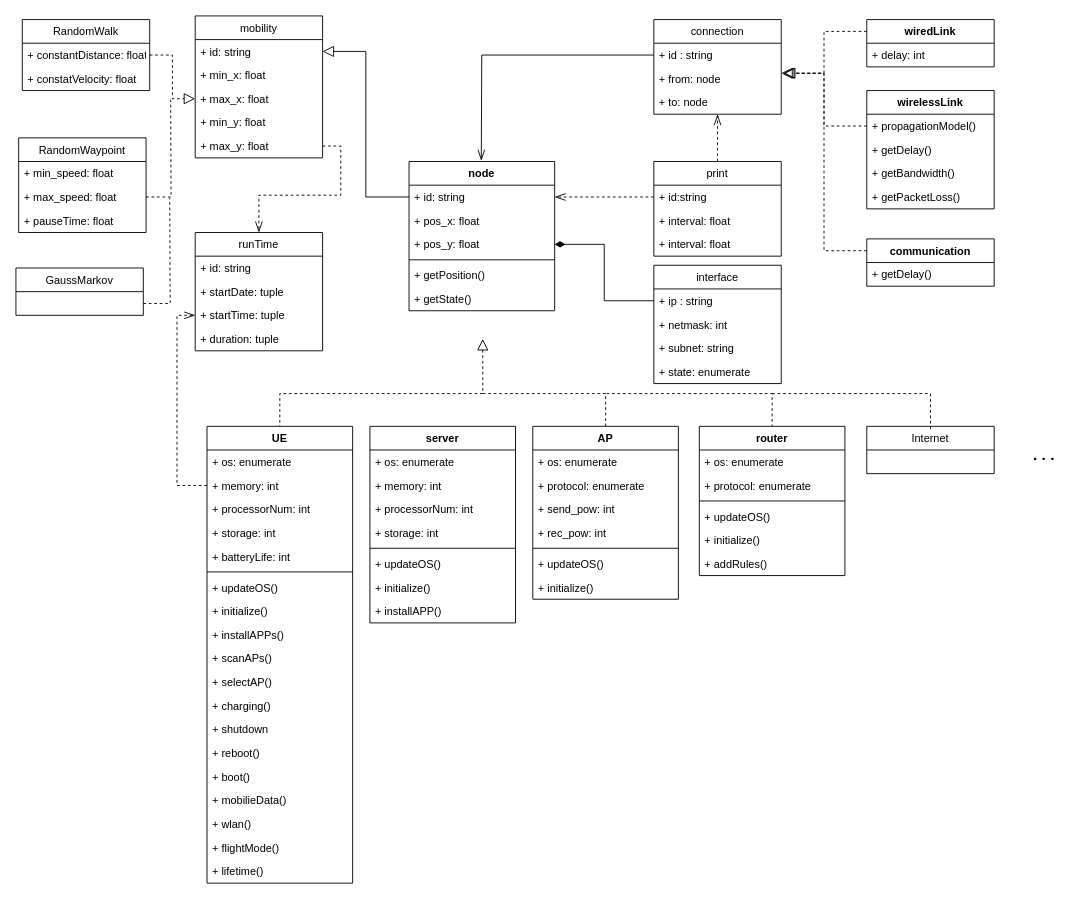
Above: page "描述语言类图" (1 of 2) of 描述语言UML类图.drawio in Icarus1994/neutron_conf (draw.io), before the change. Source tidied: cells renumbered, new cells numbered last; positions are measured from the earlier drawing's top-left corner, leaving out a move shared by most shapes. Both pictures are drawn from the tidied source at 91%, with x=0, y=0 at pixel (15, 15).
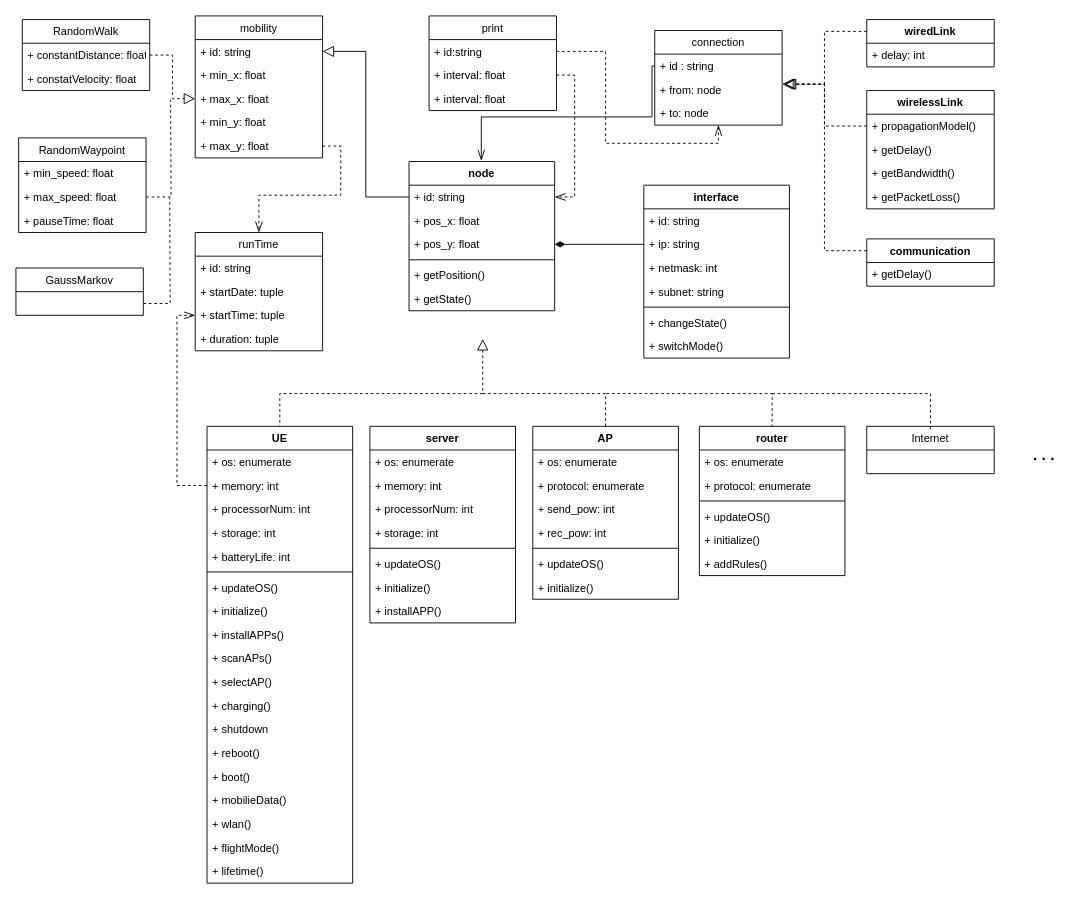
After the change.

Commit message:
Update 描述语言UML类图.drawio

The change refers to these unchanged cells:
```xml
<mxCell id="9" value="+ id: string" style="text;strokeColor=none;fillColor=none;align=left;verticalAlign=top;spacingLeft=4;spacingRight=4;overflow=hidden;points=[[0,0.5],[1,0.5]];portConstraint=eastwest;" parent="8" vertex="1">
  <mxGeometry y="26" width="160" height="26" as="geometry" />
</mxCell>
<mxCell id="11" value="+ pos_y: float" style="text;strokeColor=none;fillColor=none;align=left;verticalAlign=top;spacingLeft=4;spacingRight=4;overflow=hidden;points=[[0,0.5],[1,0.5]];portConstraint=eastwest;" parent="8" vertex="1">
  <mxGeometry y="78" width="160" height="26" as="geometry" />
</mxCell>
<mxCell id="52" value="+ id : string" style="text;strokeColor=none;fillColor=none;align=left;verticalAlign=top;spacingLeft=4;spacingRight=4;overflow=hidden;points=[[0,0.5],[1,0.5]];portConstraint=eastwest;" parent="51" vertex="1">
  <mxGeometry y="26" width="140" height="26" as="geometry" />
</mxCell>
<mxCell id="79" value="+ id:string" style="text;strokeColor=none;fillColor=none;align=left;verticalAlign=top;spacingLeft=4;spacingRight=4;overflow=hidden;points=[[0,0.5],[1,0.5]];portConstraint=eastwest;" parent="78" vertex="1">
  <mxGeometry y="26" width="140" height="26" as="geometry" />
</mxCell>
<mxCell id="80" value="+ interval: float" style="text;strokeColor=none;fillColor=none;align=left;verticalAlign=top;spacingLeft=4;spacingRight=4;overflow=hidden;points=[[0,0.5],[1,0.5]];portConstraint=eastwest;" parent="78" vertex="1">
  <mxGeometry y="52" width="140" height="26" as="geometry" />
</mxCell>
```

Diff of the diagram source:
```diff
@@
-    <mxCell id="15" value="interface" style="swimlane;fontStyle=0;horizontal=1;startSize=26;fillColor=none;" parent="1" vertex="1">
-      <mxGeometry x="701" y="274" width="140" height="130" as="geometry" />
-    </mxCell>
-    <mxCell id="16" value="+ ip : string" style="text;strokeColor=none;fillColor=none;align=left;verticalAlign=top;spacingLeft=4;spacingRight=4;overflow=hidden;points=[[0,0.5],[1,0.5]];portConstraint=eastwest;" parent="15" vertex="1">
-      <mxGeometry y="26" width="140" height="26" as="geometry" />
-    </mxCell>
-    <mxCell id="17" value="+ netmask: int" style="text;strokeColor=none;fillColor=none;align=left;verticalAlign=top;spacingLeft=4;spacingRight=4;overflow=hidden;" parent="15" vertex="1">
-      <mxGeometry y="52" width="140" height="26" as="geometry" />
-    </mxCell>
-    <mxCell id="18" value="+ subnet: string" style="text;strokeColor=none;fillColor=none;align=left;verticalAlign=top;spacingLeft=4;spacingRight=4;overflow=hidden;" parent="15" vertex="1">
-      <mxGeometry y="78" width="140" height="26" as="geometry" />
-    </mxCell>
-    <mxCell id="19" value="+ state: enumerate" style="text;strokeColor=none;fillColor=none;align=left;verticalAlign=top;spacingLeft=4;spacingRight=4;overflow=hidden;" parent="15" vertex="1">
-      <mxGeometry y="104" width="140" height="26" as="geometry" />
-    </mxCell>
-    <mxCell id="20" style="edgeStyle=orthogonalEdgeStyle;rounded=0;jettySize=auto;html=1;exitX=0;exitY=0.5;exitDx=0;exitDy=0;entryX=1;entryY=0.5;entryDx=0;entryDy=0;endArrow=diamondThin;endFill=1;strokeWidth=1;endSize=9;" parent="1" edge="1" source="16" target="11">
+    <mxCell id="20" style="edgeStyle=orthogonalEdgeStyle;rounded=0;jettySize=auto;html=1;exitX=0;exitY=0.5;exitDx=0;exitDy=0;entryX=1;entryY=0.5;entryDx=0;entryDy=0;endArrow=diamondThin;endFill=1;strokeWidth=1;endSize=9;" parent="1" edge="1" source="114" target="11">
       <mxGeometry relative="1" as="geometry" />
     </mxCell>
@@
     <mxCell id="51" value="connection" style="swimlane;fontStyle=0;horizontal=1;startSize=26;fillColor=none;" parent="1" vertex="1">
-      <mxGeometry x="701" y="4" width="140" height="104" as="geometry" />
+      <mxGeometry x="702" y="16" width="140" height="104" as="geometry" />
     </mxCell>
@@
-    <mxCell id="77" style="edgeStyle=orthogonalEdgeStyle;rounded=0;jettySize=auto;html=1;exitX=0.5;exitY=0;exitDx=0;exitDy=0;entryX=0.5;entryY=1;entryDx=0;entryDy=0;dashed=1;endArrow=openThin;endFill=0;endSize=10;" parent="1" edge="1" source="78" target="51">
+    <mxCell id="77" style="edgeStyle=orthogonalEdgeStyle;rounded=0;jettySize=auto;html=1;exitX=1;exitY=0.5;exitDx=0;exitDy=0;entryX=0.5;entryY=1;entryDx=0;entryDy=0;dashed=1;endArrow=openThin;endFill=0;endSize=10;" parent="1" edge="1" source="79" target="51">
       <mxGeometry relative="1" as="geometry" />
     </mxCell>
     <mxCell id="78" value="print" style="swimlane;fontStyle=0;horizontal=1;startSize=26;fillColor=none;" parent="1" vertex="1">
-      <mxGeometry x="701" y="160" width="140" height="104" as="geometry" />
+      <mxGeometry x="454" width="140" height="104" as="geometry" />
     </mxCell>
@@
-    <mxCell id="111" style="edgeStyle=orthogonalEdgeStyle;rounded=0;jettySize=auto;html=1;exitX=0;exitY=0.5;exitDx=0;exitDy=0;entryX=1;entryY=0.5;entryDx=0;entryDy=0;endArrow=openThin;endFill=0;dashed=1;strokeWidth=1;endSize=10;" parent="1" edge="1" source="79" target="9">
+    <mxCell id="111" style="edgeStyle=orthogonalEdgeStyle;rounded=0;jettySize=auto;html=1;exitX=1;exitY=0.5;exitDx=0;exitDy=0;entryX=1;entryY=0.5;entryDx=0;entryDy=0;endArrow=openThin;endFill=0;dashed=1;strokeWidth=1;endSize=10;" parent="1" edge="1" source="80" target="9">
       <mxGeometry relative="1" as="geometry" />
     </mxCell>
     <mxCell id="112" style="edgeStyle=orthogonalEdgeStyle;rounded=0;jettySize=auto;html=1;exitX=0;exitY=0.5;exitDx=0;exitDy=0;endArrow=openThin;endFill=0;endSize=10;strokeWidth=1;" parent="1" edge="1" source="52">
       <mxGeometry relative="1" as="geometry">
         <mxPoint x="511.4" y="159.1" as="targetPoint" />
+        <Array as="points">
+          <mxPoint x="699" y="111" />
+          <mxPoint x="511" y="111" />
+        </Array>
       </mxGeometry>
     </mxCell>
+    <mxCell id="15" value="interface" style="swimlane;fontStyle=1;align=center;verticalAlign=top;horizontal=1;startSize=26;" parent="1" vertex="1">
+      <mxGeometry x="690" y="186" width="160" height="190" as="geometry" />
+    </mxCell>
+    <mxCell id="113" value="+ id: string" style="text;strokeColor=none;fillColor=none;align=left;verticalAlign=top;spacingLeft=4;spacingRight=4;overflow=hidden;" parent="15" vertex="1">
+      <mxGeometry y="26" width="160" height="26" as="geometry" />
+    </mxCell>
+    <mxCell id="114" value="+ ip: string" style="text;strokeColor=none;fillColor=none;align=left;verticalAlign=top;spacingLeft=4;spacingRight=4;overflow=hidden;points=[[0,0.5],[1,0.5]];portConstraint=eastwest;" parent="15" vertex="1">
+      <mxGeometry y="52" width="160" height="26" as="geometry" />
+    </mxCell>
+    <mxCell id="17" value="+ netmask: int" style="text;strokeColor=none;fillColor=none;align=left;verticalAlign=top;spacingLeft=4;spacingRight=4;overflow=hidden;" parent="15" vertex="1">
+      <mxGeometry y="78" width="160" height="26" as="geometry" />
+    </mxCell>
+    <mxCell id="18" value="+ subnet: string" style="text;strokeColor=none;fillColor=none;align=left;verticalAlign=top;spacingLeft=4;spacingRight=4;overflow=hidden;" parent="15" vertex="1">
+      <mxGeometry y="104" width="160" height="26" as="geometry" />
+    </mxCell>
+    <mxCell id="115" style="line;strokeWidth=1;fillColor=none;align=left;verticalAlign=middle;spacingTop=-1;spacingLeft=3;spacingRight=3;labelPosition=right;" parent="15" vertex="1">
+      <mxGeometry y="130" width="160" height="8" as="geometry" />
+    </mxCell>
+    <mxCell id="116" value="+ changeState()" style="text;strokeColor=none;fillColor=none;align=left;verticalAlign=top;spacingLeft=4;spacingRight=4;overflow=hidden;" parent="15" vertex="1">
+      <mxGeometry y="138" width="160" height="26" as="geometry" />
+    </mxCell>
+    <mxCell id="117" value="+ switchMode()" style="text;strokeColor=none;fillColor=none;align=left;verticalAlign=top;spacingLeft=4;spacingRight=4;overflow=hidden;" parent="15" vertex="1">
+      <mxGeometry y="164" width="160" height="26" as="geometry" />
+    </mxCell>
```
